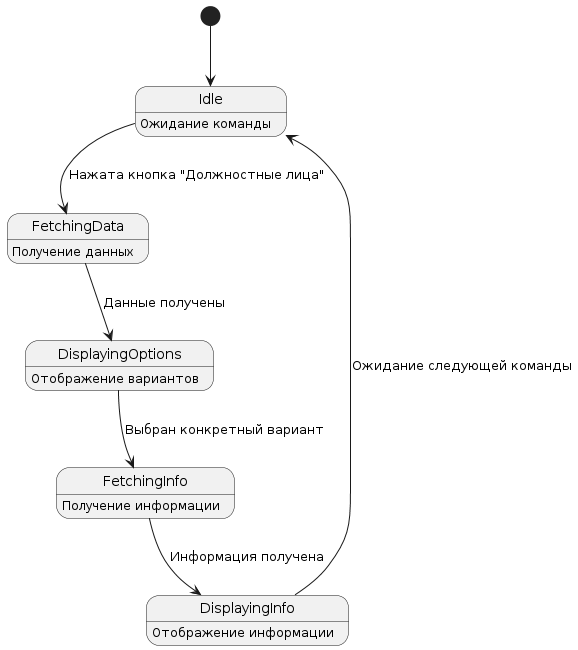
This is docs/diagrams/content_plan_status.png from sinseiwas/PROspekt_bot, a PlantUML export, as it was before one commit.
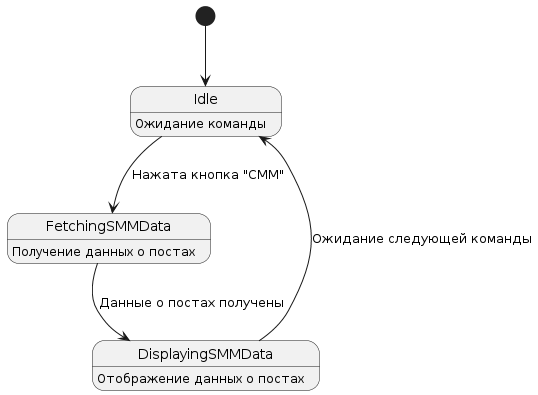
Later version of the same file.

Diff of the diagram source:
```diff
@@ -2,13 +2,9 @@
 [*] --> Idle
 
 Idle : Ожидание команды
-Idle --> FetchingData : Нажата кнопка "Должностные лица"
-FetchingData : Получение данных
-FetchingData --> DisplayingOptions : Данные получены
-DisplayingOptions : Отображение вариантов
-DisplayingOptions --> FetchingInfo : Выбран конкретный вариант
-FetchingInfo : Получение информации
-FetchingInfo --> DisplayingInfo : Информация получена
-DisplayingInfo : Отображение информации
-DisplayingInfo --> Idle : Ожидание следующей команды
+Idle --> FetchingSMMData : Нажата кнопка "СММ"
+FetchingSMMData : Получение данных о постах
+FetchingSMMData --> DisplayingSMMData : Данные о постах получены
+DisplayingSMMData : Отображение данных о постах
+DisplayingSMMData --> Idle : Ожидание следующей команды
 @enduml
```
